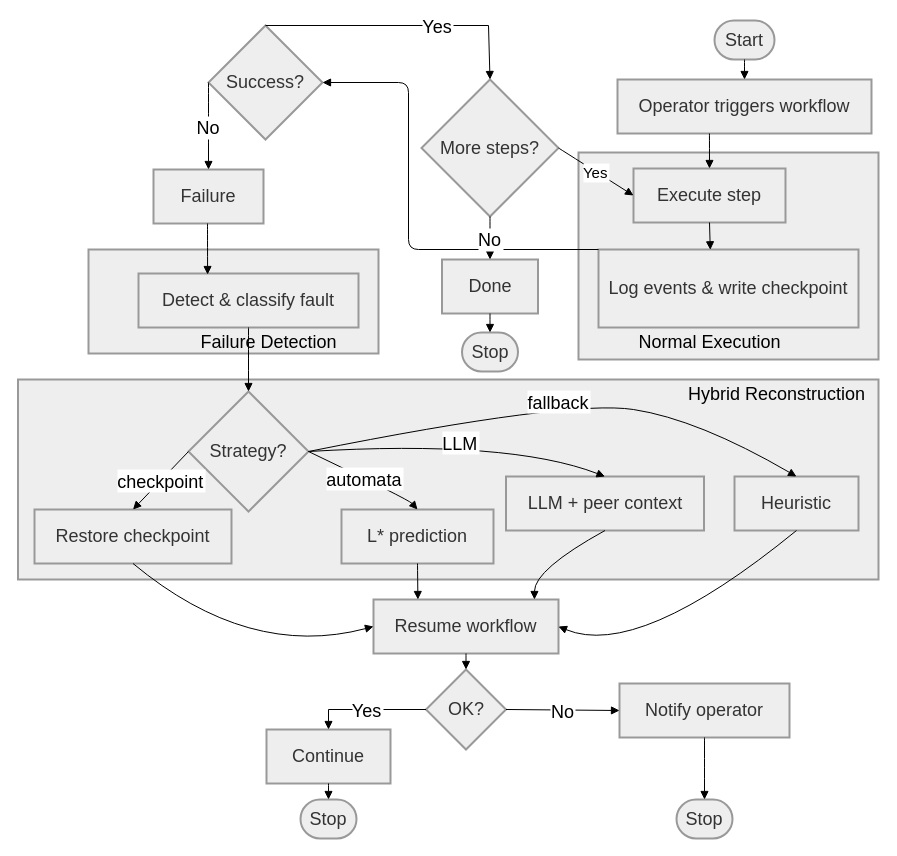
The draw.io diagram Untitled Diagram.drawio in raselmahmud-coder/first-template, before the edit. Source tidied: cells renumbered, new cells numbered last; positions are measured from the earlier drawing's top-left corner, leaving out a move shared by most shapes. Both pictures are drawn from the tidied source at 100%, with x=0, y=0 at pixel (18, 20).
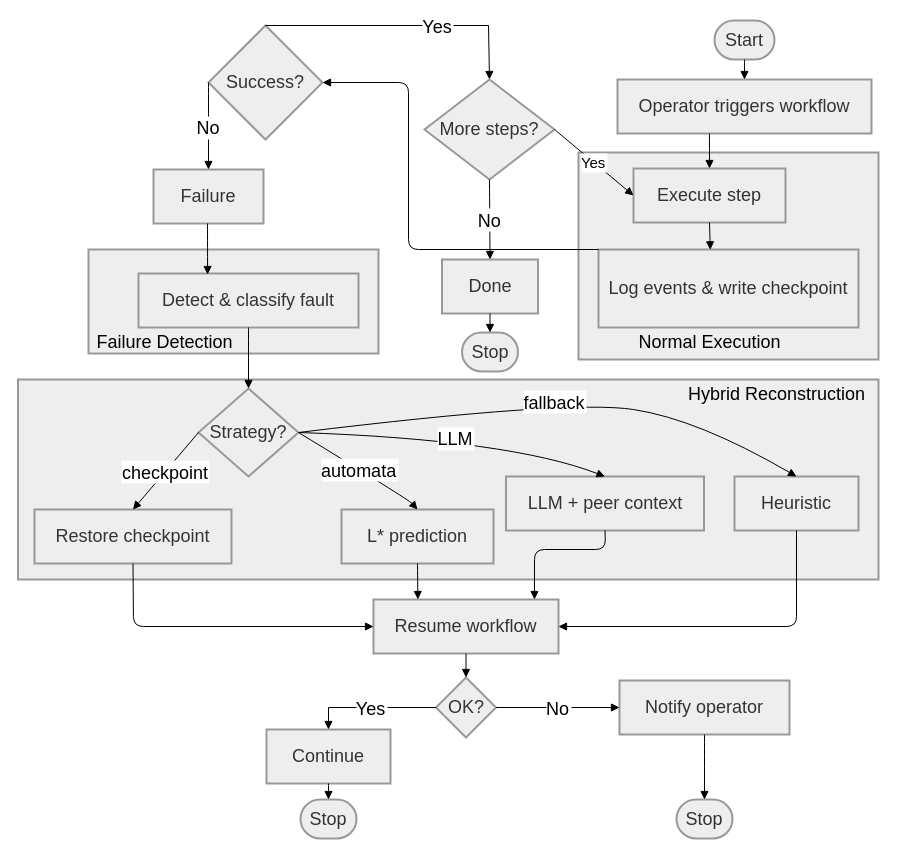
Above is the later version.

The change refers to these unchanged cells:
```xml
<mxCell id="16" value="Restore checkpoint" style="whiteSpace=wrap;fontSize=18;strokeWidth=2;fillColor=light-dark(#eeeeee,#1f2020);strokeColor=light-dark(#999999,#cccccc);fontColor=light-dark(#333333,#cccccc);" parent="1" vertex="1">
  <mxGeometry x="16" y="489" width="197" height="54" as="geometry" />
</mxCell>
<mxCell id="18" value="LLM + peer context" style="whiteSpace=wrap;fontSize=18;strokeWidth=2;fillColor=light-dark(#eeeeee,#1f2020);strokeColor=light-dark(#999999,#cccccc);fontColor=light-dark(#333333,#cccccc);" parent="1" vertex="1">
  <mxGeometry x="487.5" y="456" width="198" height="54" as="geometry" />
</mxCell>
<mxCell id="19" value="Heuristic" style="whiteSpace=wrap;fontSize=18;strokeWidth=2;fillColor=light-dark(#eeeeee,#1f2020);strokeColor=light-dark(#999999,#cccccc);fontColor=light-dark(#333333,#cccccc);" parent="1" vertex="1">
  <mxGeometry x="716" y="456" width="124" height="54" as="geometry" />
</mxCell>
<mxCell id="20" value="Resume workflow" style="whiteSpace=wrap;fontSize=18;strokeWidth=2;fillColor=light-dark(#eeeeee,#1f2020);strokeColor=light-dark(#999999,#cccccc);fontColor=light-dark(#333333,#cccccc);" parent="1" vertex="1">
  <mxGeometry x="355" y="579" width="185" height="54" as="geometry" />
</mxCell>
<mxCell id="22" value="Continue" style="whiteSpace=wrap;fontSize=18;strokeWidth=2;fillColor=light-dark(#eeeeee,#1f2020);strokeColor=light-dark(#999999,#cccccc);fontColor=light-dark(#333333,#cccccc);" parent="1" vertex="1">
  <mxGeometry x="248" y="709" width="124" height="54" as="geometry" />
</mxCell>
```

The edit, as a diff of the source:
```diff
@@
     <mxCell id="10" value="More steps?" style="rhombus;fontSize=18;strokeWidth=2;whiteSpace=wrap;fillColor=light-dark(#eeeeee,#1f2020);strokeColor=light-dark(#999999,#cccccc);fontColor=light-dark(#333333,#cccccc);" parent="1" vertex="1">
-      <mxGeometry x="403" y="59" width="137" height="137" as="geometry" />
+      <mxGeometry x="406" y="59" width="130" height="100" as="geometry" />
     </mxCell>
@@
     <mxCell id="15" value="Strategy?" style="rhombus;strokeWidth=2;fontSize=18;whiteSpace=wrap;fillColor=light-dark(#eeeeee,#1f2020);strokeColor=light-dark(#999999,#cccccc);fontColor=light-dark(#333333,#cccccc);" parent="1" vertex="1">
-      <mxGeometry x="170" y="371" width="120" height="120" as="geometry" />
+      <mxGeometry x="180" y="368" width="100" height="88" as="geometry" />
     </mxCell>
@@
     <mxCell id="21" value="OK?" style="rhombus;fontSize=18;strokeWidth=2;whiteSpace=wrap;fillColor=light-dark(#eeeeee,#1f2020);strokeColor=light-dark(#999999,#cccccc);fontColor=light-dark(#333333,#cccccc);" parent="1" vertex="1">
-      <mxGeometry x="407.5" y="649" width="80" height="80" as="geometry" />
+      <mxGeometry x="417.5" y="657" width="60" height="60" as="geometry" />
     </mxCell>
@@
     <mxCell id="24" value="Notify operator" style="whiteSpace=wrap;fontSize=18;strokeWidth=2;fillColor=light-dark(#eeeeee,#1f2020);strokeColor=light-dark(#999999,#cccccc);fontColor=light-dark(#333333,#cccccc);" parent="1" vertex="1">
-      <mxGeometry x="601" y="663" width="170" height="54" as="geometry" />
+      <mxGeometry x="601" y="660" width="170" height="54" as="geometry" />
     </mxCell>
@@
-    <mxCell id="41" style="curved=1;startArrow=none;endArrow=block;exitX=0.5;exitY=1;entryX=0;entryY=0.5;rounded=0;entryDx=0;entryDy=0;" parent="1" edge="1" source="16" target="20">
+    <mxCell id="41" style="curved=0;startArrow=none;endArrow=block;exitX=0.5;exitY=1;entryX=0;entryY=0.5;rounded=1;entryDx=0;entryDy=0;" parent="1" edge="1" source="16" target="20">
       <mxGeometry relative="1" as="geometry">
         <Array as="points">
-          <mxPoint x="230" y="639" />
+          <mxPoint x="115" y="606" />
         </Array>
       </mxGeometry>
     </mxCell>
@@
-    <mxCell id="43" style="curved=1;startArrow=none;endArrow=block;exitX=0.5;exitY=1;entryX=0.87;entryY=0;rounded=0;" parent="1" edge="1" source="18" target="20">
+    <mxCell id="43" style="curved=0;startArrow=none;endArrow=block;exitX=0.5;exitY=1;entryX=0.87;entryY=0;rounded=1;" parent="1" edge="1" source="18" target="20">
       <mxGeometry relative="1" as="geometry">
         <Array as="points">
-          <mxPoint x="516" y="549" />
+          <mxPoint x="587" y="529" />
+          <mxPoint x="516" y="529" />
         </Array>
       </mxGeometry>
     </mxCell>
-    <mxCell id="44" style="curved=1;startArrow=none;endArrow=block;exitX=0.5;exitY=1;entryX=1;entryY=0.5;rounded=0;entryDx=0;entryDy=0;" parent="1" edge="1" source="19" target="20">
+    <mxCell id="44" style="curved=0;startArrow=none;endArrow=block;exitX=0.5;exitY=1;entryX=1;entryY=0.5;rounded=1;entryDx=0;entryDy=0;" parent="1" edge="1" source="19" target="20">
       <mxGeometry relative="1" as="geometry">
         <Array as="points">
-          <mxPoint x="620" y="639" />
+          <mxPoint x="778" y="606" />
         </Array>
       </mxGeometry>
     </mxCell>
@@
     <mxCell id="46" value="Yes" style="curved=0;fontSize=18;startArrow=none;endArrow=block;exitX=0;exitY=0.5;entryX=0.5;entryY=0;rounded=0;exitDx=0;exitDy=0;" parent="1" edge="1" source="21" target="22">
       <mxGeometry relative="1" as="geometry">
         <Array as="points">
-          <mxPoint x="310" y="689" />
+          <mxPoint x="310" y="687" />
         </Array>
       </mxGeometry>
     </mxCell>
@@
     <mxCell id="51" value="&lt;span&gt;&lt;font style=&quot;color: light-dark(rgb(0, 0, 0), rgb(0, 0, 0));&quot;&gt;Failure Detection&lt;/font&gt;&lt;/span&gt;" style="text;html=1;fontSize=18;whiteSpace=wrap;strokeColor=none;fillColor=none;align=center;verticalAlign=middle;rounded=0;" parent="1" vertex="1">
-      <mxGeometry x="170" y="307" width="161" height="30" as="geometry" />
+      <mxGeometry x="66" y="307" width="161" height="30" as="geometry" />
     </mxCell>
```
